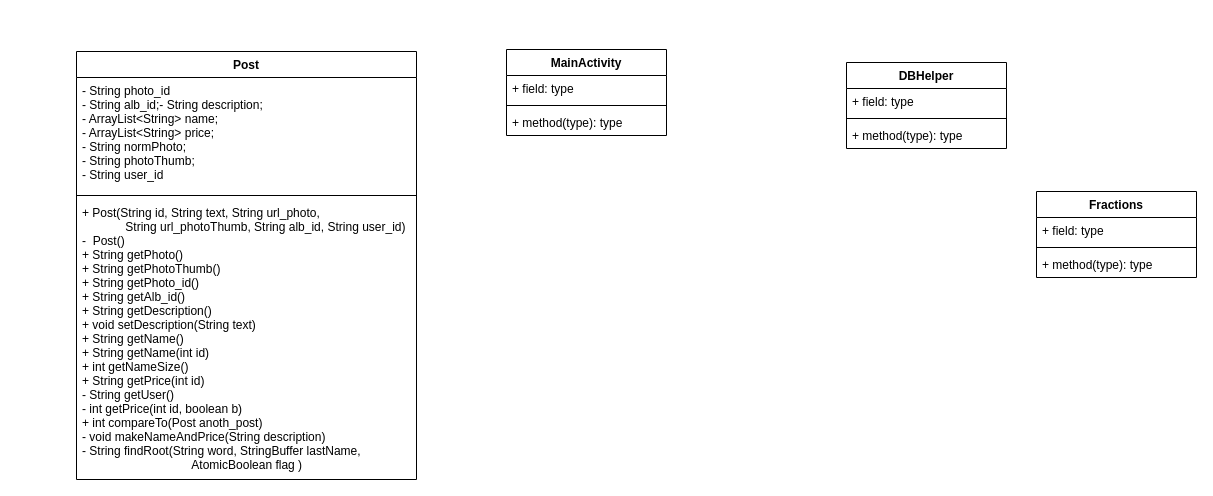
The draw.io diagram Kursach 4 sem.drawio in Konstantin-Minachkin/praktika1ikbo-16-17-, before the edit. Source tidied: cells renumbered, new cells numbered last; positions are measured from the earlier drawing's top-left corner, leaving out a move shared by most shapes. Both pictures are drawn from the tidied source at 100%, with x=0, y=0 at pixel (76, 49).
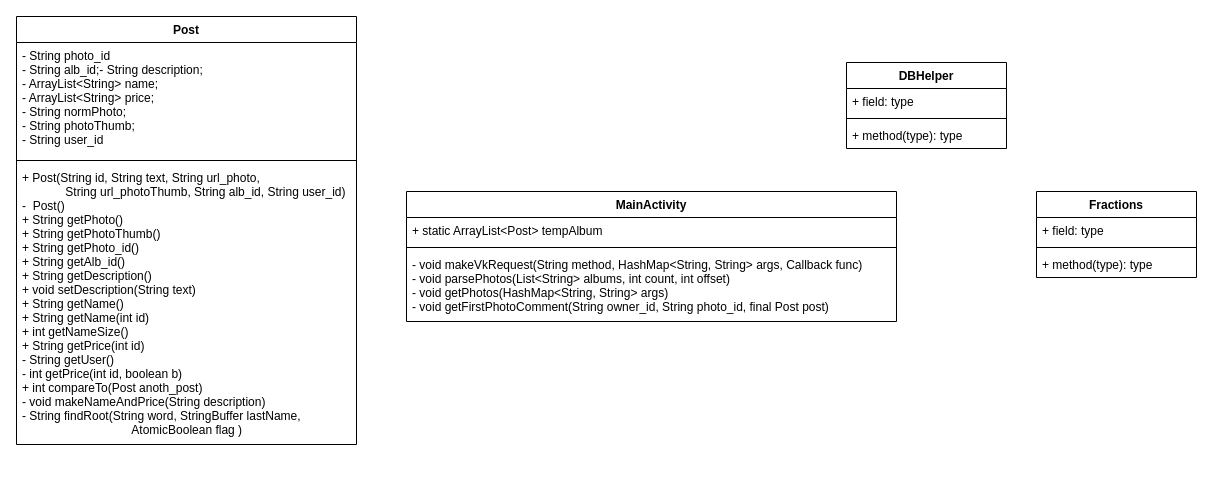
After the change.

Diff of the diagram source:
```diff
@@
 <mxGraphModel>
   <root>
     <mxCell id="0" />
     <mxCell id="1" parent="0" />
     <mxCell id="2" value="Post" style="swimlane;fontStyle=1;align=center;verticalAlign=top;horizontal=1;startSize=26;" parent="1" vertex="1">
-      <mxGeometry y="2" width="340" height="428" as="geometry" />
+      <mxGeometry x="-60" y="-33" width="340" height="428" as="geometry" />
     </mxCell>
     <mxCell id="3" value="- String photo_id&#10;- String alb_id;- String description;&#10;- ArrayList&lt;String&gt; name;&#10;- ArrayList&lt;String&gt; price;&#10;- String normPhoto;&#10;- String photoThumb;&#10;- String user_id" style="text;strokeColor=none;fillColor=none;align=left;verticalAlign=top;spacingLeft=4;spacingRight=4;overflow=hidden;" parent="2" vertex="1">
       <mxGeometry y="26" width="340" height="114" as="geometry" />
     </mxCell>
     <mxCell id="4" style="line;strokeWidth=1;fillColor=none;align=left;verticalAlign=middle;spacingTop=-1;spacingLeft=3;spacingRight=3;labelPosition=right;" parent="2" vertex="1">
       <mxGeometry y="140" width="340" height="8" as="geometry" />
     </mxCell>
     <mxCell id="5" value="+ Post(String id, String text, String url_photo, &#10;             String url_photoThumb, String alb_id, String user_id)&#10;-  Post()&#10;+ String getPhoto()&#10;+ String getPhotoThumb()&#10;+ String getPhoto_id()&#10;+ String getAlb_id()&#10;+ String getDescription()&#10;+ void setDescription(String text)&#10;+ String getName()&#10;+ String getName(int id)&#10;+ int getNameSize()&#10;+ String getPrice(int id)&#10;- String getUser()&#10;- int getPrice(int id, boolean b)&#10;+ int compareTo(Post anoth_post)&#10;- void makeNameAndPrice(String description)&#10;- String findRoot(String word, StringBuffer lastName, &#10;                                 AtomicBoolean flag )" style="text;strokeColor=none;fillColor=none;align=left;verticalAlign=top;spacingLeft=4;spacingRight=4;overflow=hidden;" parent="2" vertex="1">
       <mxGeometry y="148" width="340" height="280" as="geometry" />
     </mxCell>
     <mxCell id="6" value="MainActivity" style="swimlane;fontStyle=1;align=center;verticalAlign=top;horizontal=1;startSize=26;" parent="1" vertex="1">
-      <mxGeometry x="430" width="160" height="86" as="geometry" />
+      <mxGeometry x="330" y="142" width="490" height="130" as="geometry" />
     </mxCell>
-    <mxCell id="7" value="+ field: type" style="text;strokeColor=none;fillColor=none;align=left;verticalAlign=top;spacingLeft=4;spacingRight=4;overflow=hidden;" parent="6" vertex="1">
-      <mxGeometry y="26" width="160" height="26" as="geometry" />
+    <mxCell id="7" value="+ static ArrayList&lt;Post&gt; tempAlbum&#10;" style="text;strokeColor=none;fillColor=none;align=left;verticalAlign=top;spacingLeft=4;spacingRight=4;overflow=hidden;" parent="6" vertex="1">
+      <mxGeometry y="26" width="490" height="26" as="geometry" />
     </mxCell>
     <mxCell id="8" style="line;strokeWidth=1;fillColor=none;align=left;verticalAlign=middle;spacingTop=-1;spacingLeft=3;spacingRight=3;labelPosition=right;" parent="6" vertex="1">
-      <mxGeometry y="52" width="160" height="8" as="geometry" />
+      <mxGeometry y="52" width="490" height="8" as="geometry" />
     </mxCell>
-    <mxCell id="9" value="+ method(type): type" style="text;strokeColor=none;fillColor=none;align=left;verticalAlign=top;spacingLeft=4;spacingRight=4;overflow=hidden;" parent="6" vertex="1">
-      <mxGeometry y="60" width="160" height="26" as="geometry" />
+    <mxCell id="9" value="- void makeVkRequest(String method, HashMap&lt;String, String&gt; args, Callback func)&#10;- void parsePhotos(List&lt;String&gt; albums, int count, int offset)&#10;- void getPhotos(HashMap&lt;String, String&gt; args)&#10;- void getFirstPhotoComment(String owner_id, String photo_id, final Post post)" style="text;strokeColor=none;fillColor=none;align=left;verticalAlign=top;spacingLeft=4;spacingRight=4;overflow=hidden;" parent="6" vertex="1">
+      <mxGeometry y="60" width="490" height="70" as="geometry" />
     </mxCell>
     <mxCell id="10" value="DBHelper" style="swimlane;fontStyle=1;align=center;verticalAlign=top;horizontal=1;startSize=26;" parent="1" vertex="1">
       <mxGeometry x="770" y="13" width="160" height="86" as="geometry" />
     </mxCell>
     <mxCell id="11" value="+ field: type" style="text;strokeColor=none;fillColor=none;align=left;verticalAlign=top;spacingLeft=4;spacingRight=4;overflow=hidden;" parent="10" vertex="1">
       <mxGeometry y="26" width="160" height="26" as="geometry" />
     </mxCell>
     <mxCell id="12" style="line;strokeWidth=1;fillColor=none;align=left;verticalAlign=middle;spacingTop=-1;spacingLeft=3;spacingRight=3;labelPosition=right;" parent="10" vertex="1">
       <mxGeometry y="52" width="160" height="8" as="geometry" />
     </mxCell>
     <mxCell id="13" value="+ method(type): type" style="text;strokeColor=none;fillColor=none;align=left;verticalAlign=top;spacingLeft=4;spacingRight=4;overflow=hidden;" parent="10" vertex="1">
       <mxGeometry y="60" width="160" height="26" as="geometry" />
     </mxCell>
     <mxCell id="14" value="Fractions" style="swimlane;fontStyle=1;align=center;verticalAlign=top;horizontal=1;startSize=26;" parent="1" vertex="1">
       <mxGeometry x="960" y="142" width="160" height="86" as="geometry" />
     </mxCell>
     <mxCell id="15" value="+ field: type" style="text;strokeColor=none;fillColor=none;align=left;verticalAlign=top;spacingLeft=4;spacingRight=4;overflow=hidden;" parent="14" vertex="1">
       <mxGeometry y="26" width="160" height="26" as="geometry" />
     </mxCell>
     <mxCell id="16" style="line;strokeWidth=1;fillColor=none;align=left;verticalAlign=middle;spacingTop=-1;spacingLeft=3;spacingRight=3;labelPosition=right;" parent="14" vertex="1">
       <mxGeometry y="52" width="160" height="8" as="geometry" />
     </mxCell>
     <mxCell id="17" value="+ method(type): type" style="text;strokeColor=none;fillColor=none;align=left;verticalAlign=top;spacingLeft=4;spacingRight=4;overflow=hidden;" parent="14" vertex="1">
       <mxGeometry y="60" width="160" height="26" as="geometry" />
     </mxCell>
   </root>
 </mxGraphModel>
```
